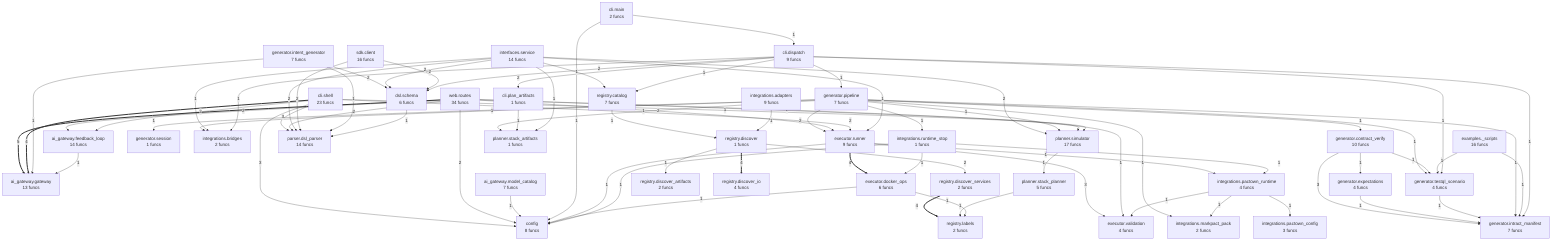
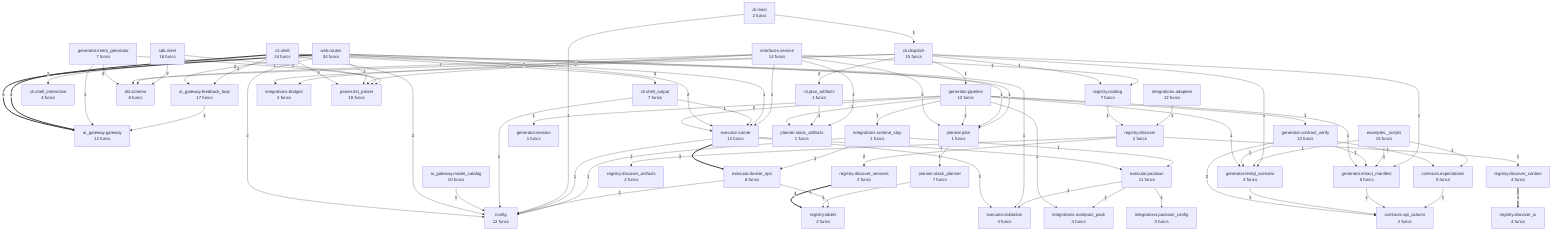
flowchart TD
%% generated in 0.01s
-     ai_gateway__feedback_loop["ai_gateway.feedback_loop<br/>14 funcs"]
+     ai_gateway__feedback_loop["ai_gateway.feedback_loop<br/>17 funcs"]
    ai_gateway__gateway["ai_gateway.gateway<br/>13 funcs"]
-     ai_gateway__model_catalog["ai_gateway.model_catalog<br/>7 funcs"]
-     cli__dispatch["cli.dispatch<br/>9 funcs"]
+     ai_gateway__model_catalog["ai_gateway.model_catalog<br/>10 funcs"]
+     cli__dispatch["cli.dispatch<br/>15 funcs"]
    cli__main["cli.main<br/>2 funcs"]
    cli__plan_artifacts["cli.plan_artifacts<br/>1 funcs"]
-     cli__shell["cli.shell<br/>23 funcs"]
-     config["config<br/>8 funcs"]
+     cli__shell["cli.shell<br/>24 funcs"]
+     cli__shell_interactive["cli.shell_interactive<br/>4 funcs"]
+     cli__shell_output["cli.shell_output<br/>7 funcs"]
+     config["config<br/>12 funcs"]
+     contracts__api_actions["contracts.api_actions<br/>2 funcs"]
+     contracts__expectations["contracts.expectations<br/>8 funcs"]
    dsl__schema["dsl.schema<br/>6 funcs"]
-     examples___scripts["examples._scripts<br/>16 funcs"]
+     examples___scripts["examples._scripts<br/>15 funcs"]
    executor__docker_ops["executor.docker_ops<br/>6 funcs"]
-     executor__runner["executor.runner<br/>9 funcs"]
+     executor__pactown["executor.pactown<br/>11 funcs"]
+     executor__runner["executor.runner<br/>12 funcs"]
    executor__validation["executor.validation<br/>4 funcs"]
-     generator__contract_verify["generator.contract_verify<br/>10 funcs"]
-     generator__expectations["generator.expectations<br/>4 funcs"]
+     generator__contract_verify["generator.contract_verify<br/>13 funcs"]
    generator__intent_generator["generator.intent_generator<br/>7 funcs"]
-     generator__intract_manifest["generator.intract_manifest<br/>7 funcs"]
-     generator__pipeline["generator.pipeline<br/>7 funcs"]
+     generator__intract_manifest["generator.intract_manifest<br/>5 funcs"]
+     generator__pipeline["generator.pipeline<br/>12 funcs"]
    generator__session["generator.session<br/>1 funcs"]
    generator__testql_scenario["generator.testql_scenario<br/>4 funcs"]
-     integrations__adapters["integrations.adapters<br/>9 funcs"]
+     integrations__adapters["integrations.adapters<br/>12 funcs"]
    integrations__bridges["integrations.bridges<br/>2 funcs"]
-     integrations__markpact_pack["integrations.markpact_pack<br/>2 funcs"]
+     integrations__markpact_pack["integrations.markpact_pack<br/>4 funcs"]
    integrations__pactown_config["integrations.pactown_config<br/>3 funcs"]
-     integrations__pactown_runtime["integrations.pactown_runtime<br/>4 funcs"]
    integrations__runtime_stop["integrations.runtime_stop<br/>1 funcs"]
    interfaces__service["interfaces.service<br/>14 funcs"]
-     parser__dsl_parser["parser.dsl_parser<br/>14 funcs"]
-     planner__simulator["planner.simulator<br/>17 funcs"]
+     parser__dsl_parser["parser.dsl_parser<br/>18 funcs"]
+     planner__plan["planner.plan<br/>1 funcs"]
    planner__stack_artifacts["planner.stack_artifacts<br/>1 funcs"]
-     planner__stack_planner["planner.stack_planner<br/>5 funcs"]
+     planner__stack_planner["planner.stack_planner<br/>7 funcs"]
    registry__catalog["registry.catalog<br/>7 funcs"]
-     registry__discover["registry.discover<br/>1 funcs"]
+     registry__discover["registry.discover<br/>2 funcs"]
    registry__discover_artifacts["registry.discover_artifacts<br/>2 funcs"]
+     registry__discover_context["registry.discover_context<br/>4 funcs"]
    registry__discover_io["registry.discover_io<br/>4 funcs"]
    registry__discover_services["registry.discover_services<br/>2 funcs"]
    registry__labels["registry.labels<br/>2 funcs"]
    sdk__client["sdk.client<br/>16 funcs"]
    web__routes["web.routes<br/>34 funcs"]
    web__routes ==>|5| ai_gateway__gateway
    cli__shell ==>|4| ai_gateway__gateway
    registry__discover_services ==>|4| registry__labels
-     registry__discover ==>|4| registry__discover_io
+     registry__discover_context ==>|4| registry__discover_io
    executor__runner ==>|4| executor__docker_ops
-     generator__contract_verify -->|3| generator__intract_manifest
    cli__shell -->|3| parser__dsl_parser
-     cli__shell -->|3| config
+     cli__shell -->|3| cli__shell_output
    executor__runner -->|3| executor__validation
    generator__intent_generator -->|2| dsl__schema
    generator__pipeline -->|2| executor__runner
+     generator__contract_verify -->|2| contracts__api_actions
    web__routes -->|2| ai_gateway__feedback_loop
    web__routes -->|2| parser__dsl_parser
    web__routes -->|2| executor__runner
    web__routes -->|2| config
-     cli__shell -->|2| executor__runner
+     cli__dispatch -->|2| dsl__schema
+     cli__dispatch -->|2| cli__plan_artifacts
+     cli__dispatch -->|2| integrations__bridges
+     cli__shell -->|2| config
+     cli__shell -->|2| cli__shell_interactive
    cli__shell -->|2| ai_gateway__feedback_loop
    registry__discover -->|2| registry__discover_services
    interfaces__service -->|2| dsl__schema
    interfaces__service -->|2| parser__dsl_parser
-     interfaces__service -->|2| planner__simulator
+     interfaces__service -->|2| integrations__bridges
+     interfaces__service -->|2| planner__plan
    sdk__client -->|2| dsl__schema
    sdk__client -->|2| parser__dsl_parser
-     cli__dispatch -->|2| dsl__schema
-     cli__dispatch -->|2| cli__plan_artifacts
-     generator__expectations -->|1| generator__intract_manifest
    generator__intent_generator -->|1| ai_gateway__gateway
    generator__intent_generator -->|1| parser__dsl_parser
-     generator__testql_scenario -->|1| generator__intract_manifest
+     generator__testql_scenario -->|1| contracts__api_actions
    generator__pipeline -->|1| generator__intract_manifest
    generator__pipeline -->|1| generator__testql_scenario
    generator__pipeline -->|1| planner__stack_artifacts
    generator__pipeline -->|1| integrations__markpact_pack
    generator__pipeline -->|1| generator__session
-     generator__pipeline -->|1| integrations__bridges
-     generator__pipeline -->|1| planner__simulator
+     generator__pipeline -->|1| planner__plan
    generator__pipeline -->|1| generator__contract_verify
    generator__pipeline -->|1| integrations__runtime_stop
+     generator__intract_manifest -->|1| contracts__api_actions
+     generator__contract_verify -->|1| generator__intract_manifest
    generator__contract_verify -->|1| generator__testql_scenario
-     generator__contract_verify -->|1| generator__expectations
+     generator__contract_verify -->|1| contracts__expectations
+     examples___scripts -->|1| contracts__expectations
    examples___scripts -->|1| generator__testql_scenario
    examples___scripts -->|1| generator__intract_manifest
+     planner__plan -->|1| planner__stack_planner
    planner__stack_planner -->|1| registry__labels
-     planner__simulator -->|1| planner__stack_planner
-     web__routes -->|1| planner__simulator
+     web__routes -->|1| planner__plan
    web__routes -->|1| executor__validation
    ai_gateway__model_catalog -->|1| config
    ai_gateway__feedback_loop -->|1| ai_gateway__gateway
    cli__plan_artifacts -->|1| planner__stack_artifacts
-     cli__shell -->|1| planner__simulator
+     cli__dispatch -->|1| generator__pipeline
+     cli__dispatch -->|1| generator__intract_manifest
+     cli__dispatch -->|1| generator__testql_scenario
+     cli__dispatch -->|1| registry__catalog
+     cli__shell_output -->|1| executor__runner
+     cli__shell_output -->|1| config
+     cli__shell -->|1| planner__plan
+     cli__shell -->|1| executor__runner
    cli__main -->|1| cli__dispatch
    cli__main -->|1| config
    registry__catalog -->|1| registry__discover
+     registry__discover -->|1| registry__discover_context
    registry__discover -->|1| registry__discover_artifacts
    interfaces__service -->|1| planner__stack_artifacts
    interfaces__service -->|1| executor__runner
-     interfaces__service -->|1| integrations__bridges
    interfaces__service -->|1| registry__catalog
    executor__runner -->|1| config
-     executor__runner -->|1| integrations__pactown_runtime
+     executor__runner -->|1| executor__pactown
+     executor__pactown -->|1| executor__validation
+     executor__pactown -->|1| integrations__markpact_pack
+     executor__pactown -->|1| integrations__pactown_config
    executor__docker_ops -->|1| config
    executor__docker_ops -->|1| registry__labels
-     integrations__pactown_runtime -->|1| executor__validation
-     integrations__pactown_runtime -->|1| integrations__markpact_pack
-     integrations__pactown_runtime -->|1| integrations__pactown_config
    integrations__runtime_stop -->|1| executor__docker_ops
-     integrations__runtime_stop -->|1| integrations__pactown_runtime
+     integrations__runtime_stop -->|1| executor__pactown
    integrations__runtime_stop -->|1| config
+     contracts__expectations -->|1| contracts__api_actions
    integrations__adapters -->|1| registry__discover
-     dsl__schema -->|1| parser__dsl_parser
-     cli__dispatch -->|1| generator__pipeline
-     cli__dispatch -->|1| generator__intract_manifest
-     cli__dispatch -->|1| generator__testql_scenario
-     cli__dispatch -->|1| integrations__bridges
-     cli__dispatch -->|1| registry__catalog
